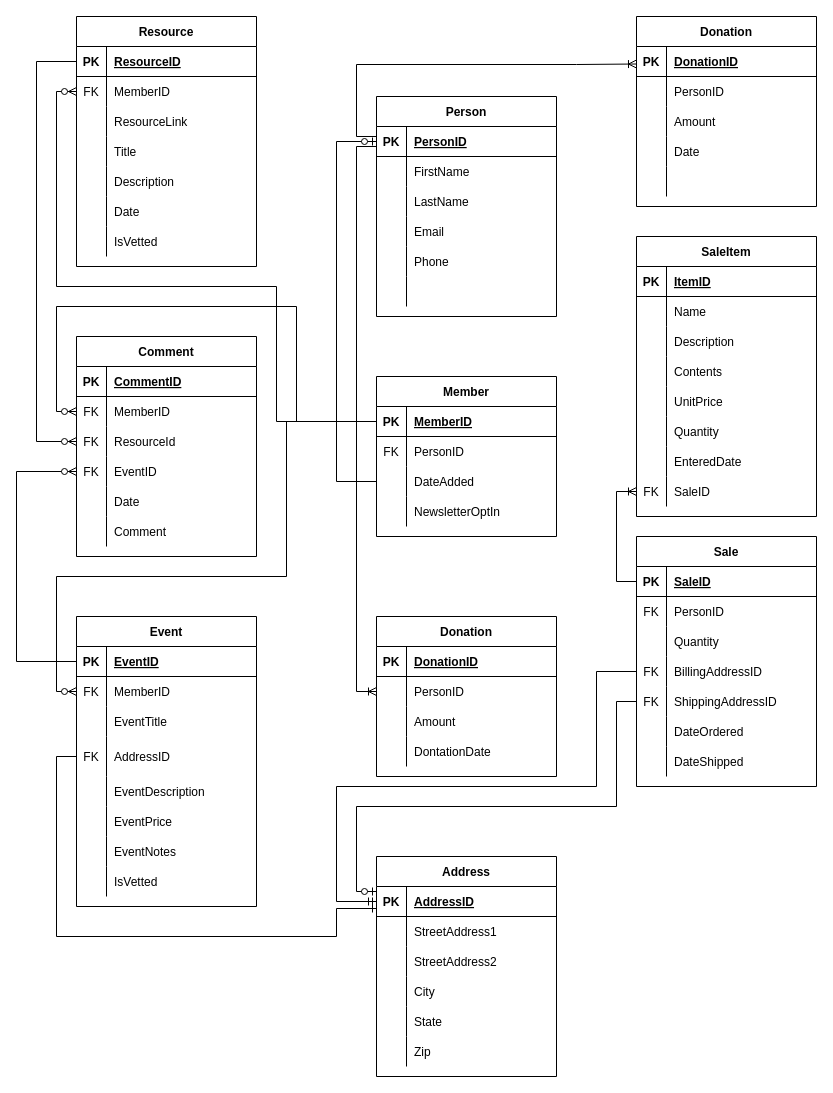
Before: Diagrams/ClimateEntityDiagram-5.drawio in BeartoothHiker/it-120-group-project, a draw.io diagram. Source tidied: cells renumbered, new cells numbered last; positions are measured from the earlier drawing's top-left corner, leaving out a move shared by most shapes. Both pictures are drawn from the tidied source at 100%, with x=0, y=0 at pixel (16, 16).
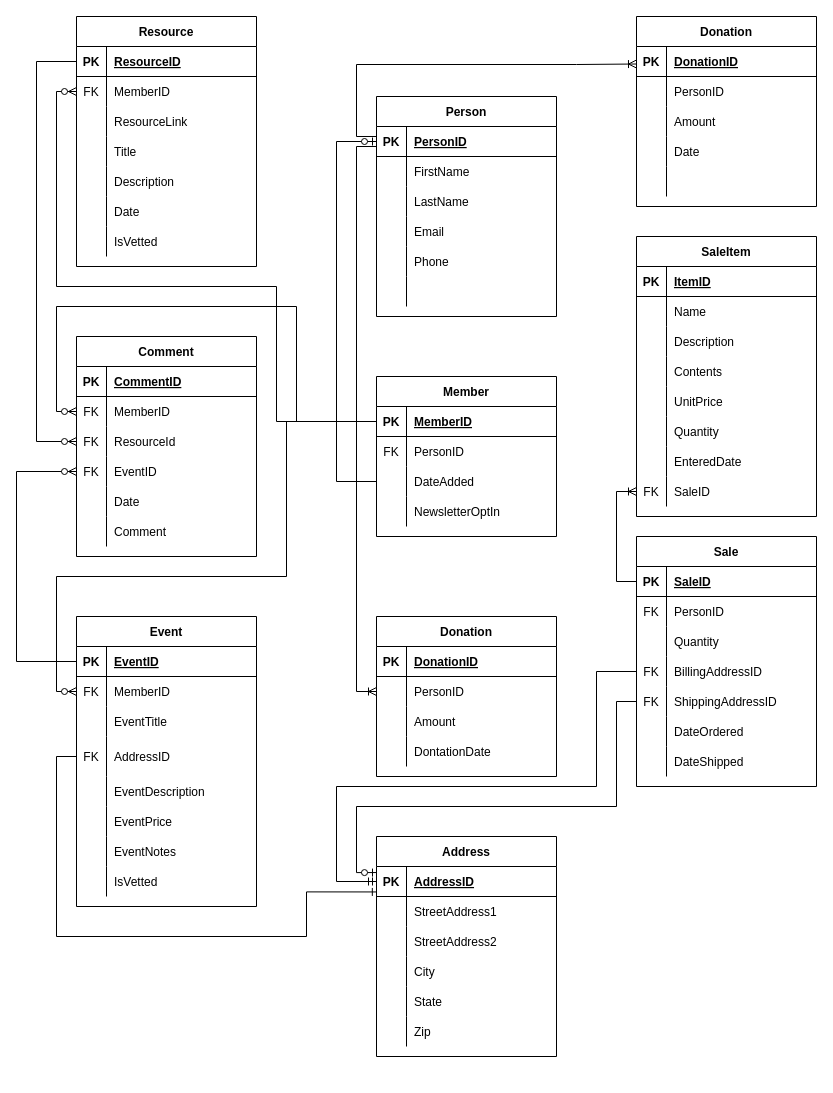
After the change.

Commit message (it also covers changes not shown here):
Updates on ERD, and proposal ERD #5

Unchanged cells that the change refers to:
```xml
<mxCell id="72" style="shape=partialRectangle;fillColor=none;top=0;left=0;bottom=0;right=0;points=[[0,0.5],[1,0.5]];portConstraint=eastwest;" parent="62" vertex="1">
  <mxGeometry y="120" width="180" height="40" as="geometry" />
</mxCell>
<mxCell id="145" style="shape=partialRectangle;fillColor=none;top=0;left=0;bottom=0;right=0;points=[[0,0.5],[1,0.5]];portConstraint=eastwest;" parent="135" vertex="1">
  <mxGeometry y="120" width="180" height="30" as="geometry" />
</mxCell>
<mxCell id="148" style="shape=partialRectangle;fillColor=none;top=0;left=0;bottom=0;right=0;points=[[0,0.5],[1,0.5]];portConstraint=eastwest;" parent="135" vertex="1">
  <mxGeometry y="150" width="180" height="30" as="geometry" />
</mxCell>
<mxCell id="158" style="shape=partialRectangle;fillColor=none;top=0;left=0;bottom=1;right=0;points=[[0,0.5],[1,0.5]];portConstraint=eastwest;" parent="157" vertex="1">
  <mxGeometry y="30" width="180" height="30" as="geometry" />
</mxCell>
```

Change to the diagram source:
```diff
@@
     <mxCell id="157" value="Address" style="shape=table;startSize=30;childLayout=tableLayout;rowLines=0;fontStyle=1;align=center;" parent="1" vertex="1">
-      <mxGeometry x="360" y="840" width="180" height="220" as="geometry" />
+      <mxGeometry x="360" y="820" width="180" height="220" as="geometry" />
     </mxCell>
@@
-    <mxCell id="176" style="edgeStyle=orthogonalEdgeStyle;fontSize=12;html=1;endArrow=ERzeroToOne;endFill=1;rounded=0;exitX=0;exitY=0.5;exitDx=0;exitDy=0;" parent="1" edge="1" source="148">
+    <mxCell id="176" style="edgeStyle=orthogonalEdgeStyle;fontSize=12;html=1;endArrow=ERzeroToOne;endFill=1;rounded=0;exitX=0;exitY=0.5;exitDx=0;exitDy=0;entryX=0;entryY=0.202;entryDx=0;entryDy=0;entryPerimeter=0;" parent="1" edge="1" source="148" target="158">
       <mxGeometry relative="1" as="geometry">
-        <mxPoint x="360" y="875" as="targetPoint" />
         <Array as="points">
           <mxPoint x="600" y="685" />
           <mxPoint x="600" y="790" />
           <mxPoint x="340" y="790" />
-          <mxPoint x="340" y="875" />
+          <mxPoint x="340" y="856" />
+          <mxPoint x="360" y="856" />
         </Array>
       </mxGeometry>
     </mxCell>
@@
-    <mxCell id="204" style="edgeStyle=orthogonalEdgeStyle;fontSize=12;html=1;endArrow=ERone;endFill=1;rounded=0;exitX=0;exitY=0.5;exitDx=0;exitDy=0;" parent="1" edge="1" source="72" target="158">
+    <mxCell id="204" style="edgeStyle=orthogonalEdgeStyle;fontSize=12;html=1;endArrow=ERone;endFill=1;rounded=0;exitX=0;exitY=0.5;exitDx=0;exitDy=0;entryX=-0.001;entryY=0.848;entryDx=0;entryDy=0;entryPerimeter=0;" parent="1" edge="1" source="72" target="158">
       <mxGeometry relative="1" as="geometry">
         <Array as="points">
           <mxPoint x="40" y="740" />
           <mxPoint x="40" y="920" />
-          <mxPoint x="320" y="920" />
-          <mxPoint x="320" y="892" />
+          <mxPoint x="290" y="920" />
+          <mxPoint x="290" y="875" />
+          <mxPoint x="360" y="875" />
         </Array>
       </mxGeometry>
     </mxCell>
@@
     <mxCell id="206" style="edgeStyle=orthogonalEdgeStyle;fontSize=12;html=1;endArrow=ERmandOne;rounded=0;exitX=0;exitY=0.5;exitDx=0;exitDy=0;entryX=0;entryY=0.5;entryDx=0;entryDy=0;" parent="1" edge="1" source="145" target="158">
       <mxGeometry relative="1" as="geometry">
         <Array as="points">
           <mxPoint x="580" y="655" />
           <mxPoint x="580" y="770" />
           <mxPoint x="320" y="770" />
-          <mxPoint x="320" y="885" />
+          <mxPoint x="320" y="865" />
         </Array>
       </mxGeometry>
     </mxCell>
```
